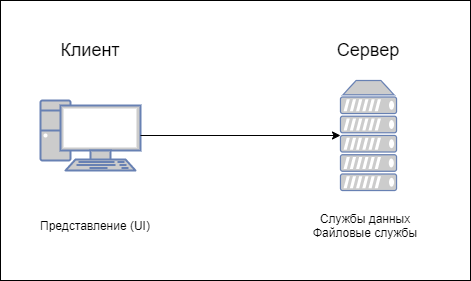
Above: docs/ch2/media/05_remote_presentation.png in s-m-j/arch_course (draw.io), before the change. Source tidied: cells renumbered, new cells last; positions are measured from the earlier drawing's top-left corner, leaving out a move shared by most shapes. Source of this version:
```xml
<mxGraphModel>
  <root>
    <mxCell id="0" />
    <mxCell id="1" parent="0" />
    <mxCell id="2" style="rounded=0;whiteSpace=wrap;html=1;" parent="1" vertex="1">
      <mxGeometry width="470" height="280" as="geometry" />
    </mxCell>
    <mxCell id="3" style="fontColor=#0066CC;verticalAlign=top;verticalLabelPosition=bottom;labelPosition=center;align=center;html=1;outlineConnect=0;fillColor=#CCCCCC;strokeColor=#6881B3;gradientColor=none;gradientDirection=north;strokeWidth=2;shape=mxgraph.networks.server;" parent="1" vertex="1">
      <mxGeometry x="340" y="80" width="56" height="110" as="geometry" />
    </mxCell>
    <mxCell id="4" style="fontColor=#0066CC;verticalAlign=top;verticalLabelPosition=bottom;labelPosition=center;align=center;html=1;outlineConnect=0;fillColor=#CCCCCC;strokeColor=#6881B3;gradientColor=none;gradientDirection=north;strokeWidth=2;shape=mxgraph.networks.pc;" parent="1" vertex="1">
      <mxGeometry x="40" y="100" width="100" height="70" as="geometry" />
    </mxCell>
    <mxCell id="5" value="&lt;font style=&quot;font-size: 18px&quot;&gt;Сервер&lt;/font&gt;" style="text;html=1;strokeColor=none;fillColor=none;align=center;verticalAlign=middle;whiteSpace=wrap;rounded=0;" parent="1" vertex="1">
      <mxGeometry x="348" y="40" width="40" height="20" as="geometry" />
    </mxCell>
    <mxCell id="6" style="endArrow=classic;html=1;exitX=1;exitY=0.5;exitDx=0;exitDy=0;exitPerimeter=0;" parent="1" edge="1" source="4" target="3">
      <mxGeometry relative="1" as="geometry" />
    </mxCell>
    <mxCell id="7" value="&lt;font style=&quot;font-size: 18px&quot;&gt;Клиент&lt;/font&gt;" style="text;html=1;strokeColor=none;fillColor=none;align=center;verticalAlign=middle;whiteSpace=wrap;rounded=0;" parent="1" vertex="1">
      <mxGeometry x="70" y="40" width="40" height="20" as="geometry" />
    </mxCell>
    <mxCell id="8" value="Представление (UI)&lt;br&gt;" style="text;html=1;strokeColor=none;fillColor=none;align=center;verticalAlign=middle;whiteSpace=wrap;rounded=0;" parent="1" vertex="1">
      <mxGeometry x="30" y="190" width="130" height="70" as="geometry" />
    </mxCell>
    <mxCell id="9" value="Службы данных&lt;br&gt;Файловые службы&lt;br&gt;" style="text;html=1;strokeColor=none;fillColor=none;align=center;verticalAlign=middle;whiteSpace=wrap;rounded=0;" parent="1" vertex="1">
      <mxGeometry x="300" y="190" width="130" height="70" as="geometry" />
    </mxCell>
  </root>
</mxGraphModel>
```
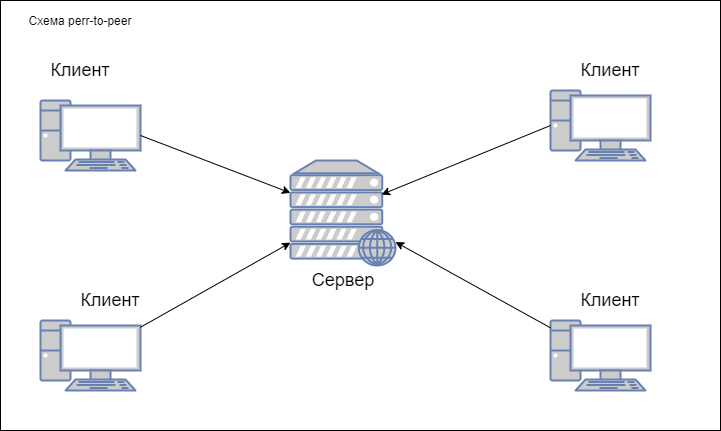
The same diagram one commit later.

Change to the diagram source:
```diff
@@ -3,28 +3,52 @@
     <mxCell id="0" />
     <mxCell id="1" parent="0" />
     <mxCell id="2" style="rounded=0;whiteSpace=wrap;html=1;" parent="1" vertex="1">
-      <mxGeometry width="470" height="280" as="geometry" />
+      <mxGeometry width="720" height="430" as="geometry" />
     </mxCell>
-    <mxCell id="3" style="fontColor=#0066CC;verticalAlign=top;verticalLabelPosition=bottom;labelPosition=center;align=center;html=1;outlineConnect=0;fillColor=#CCCCCC;strokeColor=#6881B3;gradientColor=none;gradientDirection=north;strokeWidth=2;shape=mxgraph.networks.server;" parent="1" vertex="1">
-      <mxGeometry x="340" y="80" width="56" height="110" as="geometry" />
-    </mxCell>
     <mxCell id="4" style="fontColor=#0066CC;verticalAlign=top;verticalLabelPosition=bottom;labelPosition=center;align=center;html=1;outlineConnect=0;fillColor=#CCCCCC;strokeColor=#6881B3;gradientColor=none;gradientDirection=north;strokeWidth=2;shape=mxgraph.networks.pc;" parent="1" vertex="1">
       <mxGeometry x="40" y="100" width="100" height="70" as="geometry" />
     </mxCell>
     <mxCell id="5" value="&lt;font style=&quot;font-size: 18px&quot;&gt;Сервер&lt;/font&gt;" style="text;html=1;strokeColor=none;fillColor=none;align=center;verticalAlign=middle;whiteSpace=wrap;rounded=0;" parent="1" vertex="1">
-      <mxGeometry x="348" y="40" width="40" height="20" as="geometry" />
+      <mxGeometry x="322.5" y="270" width="40" height="20" as="geometry" />
     </mxCell>
-    <mxCell id="6" style="endArrow=classic;html=1;exitX=1;exitY=0.5;exitDx=0;exitDy=0;exitPerimeter=0;" parent="1" edge="1" source="4" target="3">
+    <mxCell id="6" style="endArrow=classic;html=1;exitX=1;exitY=0.5;exitDx=0;exitDy=0;exitPerimeter=0;" parent="1" edge="1" source="4" target="10">
       <mxGeometry relative="1" as="geometry" />
     </mxCell>
     <mxCell id="7" value="&lt;font style=&quot;font-size: 18px&quot;&gt;Клиент&lt;/font&gt;" style="text;html=1;strokeColor=none;fillColor=none;align=center;verticalAlign=middle;whiteSpace=wrap;rounded=0;" parent="1" vertex="1">
-      <mxGeometry x="70" y="40" width="40" height="20" as="geometry" />
+      <mxGeometry x="60" y="60" width="40" height="20" as="geometry" />
     </mxCell>
-    <mxCell id="8" value="Представление (UI)&lt;br&gt;" style="text;html=1;strokeColor=none;fillColor=none;align=center;verticalAlign=middle;whiteSpace=wrap;rounded=0;" parent="1" vertex="1">
-      <mxGeometry x="30" y="190" width="130" height="70" as="geometry" />
-    </mxCell>
-    <mxCell id="9" value="Службы данных&lt;br&gt;Файловые службы&lt;br&gt;" style="text;html=1;strokeColor=none;fillColor=none;align=center;verticalAlign=middle;whiteSpace=wrap;rounded=0;" parent="1" vertex="1">
-      <mxGeometry x="300" y="190" width="130" height="70" as="geometry" />
-    </mxCell>
+    <mxCell id="10" style="fontColor=#0066CC;verticalAlign=top;verticalLabelPosition=bottom;labelPosition=center;align=center;html=1;outlineConnect=0;fillColor=#CCCCCC;strokeColor=#6881B3;gradientColor=none;gradientDirection=north;strokeWidth=2;shape=mxgraph.networks.web_server;" parent="1" vertex="1">
+      <mxGeometry x="290" y="160" width="105" height="105" as="geometry" />
+    </mxCell>
+    <mxCell id="11" style="fontColor=#0066CC;verticalAlign=top;verticalLabelPosition=bottom;labelPosition=center;align=center;html=1;outlineConnect=0;fillColor=#CCCCCC;strokeColor=#6881B3;gradientColor=none;gradientDirection=north;strokeWidth=2;shape=mxgraph.networks.pc;" parent="1" vertex="1">
+      <mxGeometry x="40" y="320" width="100" height="70" as="geometry" />
+    </mxCell>
+    <mxCell id="12" style="fontColor=#0066CC;verticalAlign=top;verticalLabelPosition=bottom;labelPosition=center;align=center;html=1;outlineConnect=0;fillColor=#CCCCCC;strokeColor=#6881B3;gradientColor=none;gradientDirection=north;strokeWidth=2;shape=mxgraph.networks.pc;" parent="1" vertex="1">
+      <mxGeometry x="550" y="90" width="100" height="70" as="geometry" />
+    </mxCell>
+    <mxCell id="13" style="fontColor=#0066CC;verticalAlign=top;verticalLabelPosition=bottom;labelPosition=center;align=center;html=1;outlineConnect=0;fillColor=#CCCCCC;strokeColor=#6881B3;gradientColor=none;gradientDirection=north;strokeWidth=2;shape=mxgraph.networks.pc;" parent="1" vertex="1">
+      <mxGeometry x="550" y="320" width="100" height="70" as="geometry" />
+    </mxCell>
+    <mxCell id="14" style="endArrow=classic;html=1;" parent="1" edge="1" source="11" target="10">
+      <mxGeometry relative="1" as="geometry" />
+    </mxCell>
+    <mxCell id="15" style="endArrow=classic;html=1;exitX=0;exitY=0.5;exitDx=0;exitDy=0;exitPerimeter=0;entryX=0.867;entryY=0.324;entryDx=0;entryDy=0;entryPerimeter=0;" parent="1" edge="1" source="12" target="10">
+      <mxGeometry relative="1" as="geometry" />
+    </mxCell>
+    <mxCell id="16" style="endArrow=classic;html=1;" parent="1" edge="1" source="13" target="10">
+      <mxGeometry relative="1" as="geometry" />
+    </mxCell>
+    <mxCell id="17" value="&lt;font style=&quot;font-size: 18px&quot;&gt;Клиент&lt;/font&gt;" style="text;html=1;strokeColor=none;fillColor=none;align=center;verticalAlign=middle;whiteSpace=wrap;rounded=0;" parent="1" vertex="1">
+      <mxGeometry x="590" y="60" width="40" height="20" as="geometry" />
+    </mxCell>
+    <mxCell id="18" value="&lt;font style=&quot;font-size: 18px&quot;&gt;Клиент&lt;/font&gt;" style="text;html=1;strokeColor=none;fillColor=none;align=center;verticalAlign=middle;whiteSpace=wrap;rounded=0;" parent="1" vertex="1">
+      <mxGeometry x="590" y="290" width="40" height="20" as="geometry" />
+    </mxCell>
+    <mxCell id="19" value="&lt;font style=&quot;font-size: 18px&quot;&gt;Клиент&lt;/font&gt;" style="text;html=1;strokeColor=none;fillColor=none;align=center;verticalAlign=middle;whiteSpace=wrap;rounded=0;" parent="1" vertex="1">
+      <mxGeometry x="90" y="290" width="40" height="20" as="geometry" />
+    </mxCell>
+    <mxCell id="20" value="Схема perr-to-peer" style="text;html=1;strokeColor=none;fillColor=none;align=center;verticalAlign=middle;whiteSpace=wrap;rounded=0;" parent="1" vertex="1">
+      <mxGeometry x="20" y="10" width="120" height="20" as="geometry" />
+    </mxCell>
   </root>
 </mxGraphModel>
```
